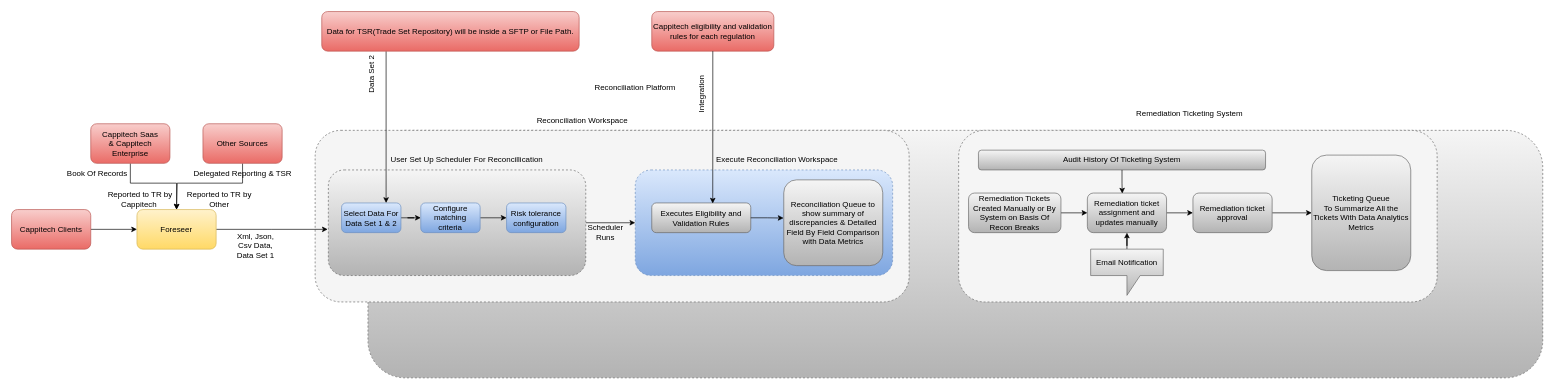
namanchopra21087/design-documents keeps this draw.io diagram as Cappitech.drawio. Above is the earlier version. Source tidied: cells renumbered, new cells numbered last; positions are measured from the earlier drawing's top-left corner, leaving out a move shared by most shapes. Both pictures are drawn from the tidied source at 66%, with x=0, y=0 at pixel (11, 11).
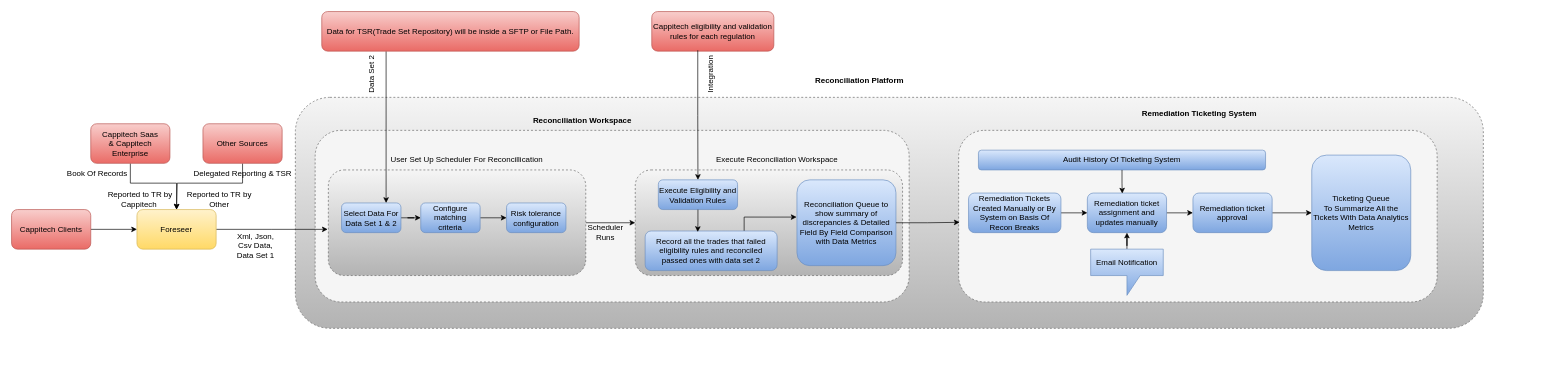
Above is the later version.

Unchanged cells that the change refers to:
```xml
<mxCell id="12" style="rounded=1;whiteSpace=wrap;html=1;dashed=1;fillColor=#f5f5f5;fontColor=#333333;strokeColor=#666666;" parent="1" vertex="1">
  <mxGeometry x="1435" y="180" width="725" height="260" as="geometry" />
</mxCell>
<mxCell id="30" value="Cappitech eligibility and validation rules for each regulation" style="rounded=1;whiteSpace=wrap;html=1;fillColor=#f8cecc;gradientColor=#ea6b66;strokeColor=#b85450;" parent="1" vertex="1">
  <mxGeometry x="970" width="185" height="60" as="geometry" />
</mxCell>
```

Diff of the diagram source:
```diff
@@
     <mxCell id="2" style="rounded=1;whiteSpace=wrap;html=1;dashed=1;fillColor=#f5f5f5;strokeColor=#666666;gradientColor=#b3b3b3;" parent="1" vertex="1">
-      <mxGeometry x="540" y="180" width="1780" height="375" as="geometry" />
+      <mxGeometry x="430" y="130" width="1800" height="350" as="geometry" />
     </mxCell>
@@
-    <mxCell id="4" value="Reconciliation Platform" style="text;html=1;align=center;verticalAlign=middle;whiteSpace=wrap;rounded=0;" parent="1" vertex="1">
-      <mxGeometry x="860" y="100" width="170" height="30" as="geometry" />
+    <mxCell id="4" value="&lt;b&gt;Reconciliation Platform&lt;/b&gt;" style="text;html=1;align=center;verticalAlign=middle;whiteSpace=wrap;rounded=0;" parent="1" vertex="1">
+      <mxGeometry x="1200" y="90" width="170" height="30" as="geometry" />
     </mxCell>
@@
-    <mxCell id="13" value="Reconciliation Workspace" style="text;html=1;align=center;verticalAlign=middle;whiteSpace=wrap;rounded=0;" parent="1" vertex="1">
+    <mxCell id="13" value="&lt;b&gt;Reconciliation Workspace&lt;/b&gt;" style="text;html=1;align=center;verticalAlign=middle;whiteSpace=wrap;rounded=0;" parent="1" vertex="1">
       <mxGeometry x="780" y="150" width="170" height="30" as="geometry" />
     </mxCell>
-    <mxCell id="14" value="Remediation Ticketing System" style="text;html=1;align=center;verticalAlign=middle;whiteSpace=wrap;rounded=0;" parent="1" vertex="1">
-      <mxGeometry x="1700" y="140" width="170" height="30" as="geometry" />
+    <mxCell id="14" value="&lt;b&gt;Remediation Ticketing System&lt;/b&gt;" style="text;html=1;align=center;verticalAlign=middle;whiteSpace=wrap;rounded=0;" parent="1" vertex="1">
+      <mxGeometry x="1700" y="140" width="200" height="30" as="geometry" />
     </mxCell>
@@
-    <mxCell id="26" style="rounded=1;whiteSpace=wrap;html=1;dashed=1;fillColor=#dae8fc;gradientColor=#7ea6e0;strokeColor=#6c8ebf;" parent="1" vertex="1">
-      <mxGeometry x="945" y="240" width="390" height="160" as="geometry" />
+    <mxCell id="26" style="rounded=1;whiteSpace=wrap;html=1;dashed=1;fillColor=#f5f5f5;gradientColor=#b3b3b3;strokeColor=#666666;" parent="1" vertex="1">
+      <mxGeometry x="945" y="240" width="405" height="160" as="geometry" />
     </mxCell>
@@
-    <mxCell id="29" value="Executes&amp;nbsp;Eligibility and Validation Rules" style="rounded=1;whiteSpace=wrap;html=1;fillColor=#f5f5f5;gradientColor=#b3b3b3;strokeColor=#666666;" parent="1" vertex="1">
-      <mxGeometry x="970" y="290" width="150" height="45" as="geometry" />
+    <mxCell id="29" value="Execute Eligibility and Validation Rules" style="rounded=1;whiteSpace=wrap;html=1;fillColor=#dae8fc;gradientColor=#7ea6e0;strokeColor=#6c8ebf;" parent="1" vertex="1">
+      <mxGeometry x="980" y="255" width="120" height="45" as="geometry" />
     </mxCell>
@@
-    <mxCell id="31" style="edgeStyle=orthogonalEdgeStyle;rounded=0;jettySize=auto;html=1;entryX=0.616;entryY=0.018;entryDx=0;entryDy=0;entryPerimeter=0;" parent="1" edge="1" source="30" target="29">
+    <mxCell id="31" style="edgeStyle=orthogonalEdgeStyle;rounded=0;jettySize=auto;html=1;entryX=0.5;entryY=0;entryDx=0;entryDy=0;exitX=0.377;exitY=0.978;exitDx=0;exitDy=0;exitPerimeter=0;" parent="1" edge="1" source="30" target="29">
       <mxGeometry relative="1" as="geometry" />
     </mxCell>
     <mxCell id="32" value="Integration" style="text;html=1;align=center;verticalAlign=middle;whiteSpace=wrap;rounded=0;rotation=-90;" parent="1" vertex="1">
-      <mxGeometry x="1015" y="110" width="60" height="30" as="geometry" />
+      <mxGeometry x="1030" y="80" width="60" height="30" as="geometry" />
     </mxCell>
@@
-    <mxCell id="34" value="Reconciliation Queue to show summary of discrepancies &amp;amp; Detailed Field By Field Comparison with Data Metrics" style="rounded=1;whiteSpace=wrap;html=1;fillColor=#f5f5f5;gradientColor=#b3b3b3;strokeColor=#666666;" parent="1" vertex="1">
-      <mxGeometry x="1170" y="255" width="150" height="130" as="geometry" />
+    <mxCell id="34" value="Reconciliation Queue to show summary of discrepancies &amp;amp; Detailed Field By Field Comparison with Data Metrics" style="rounded=1;whiteSpace=wrap;html=1;fillColor=#dae8fc;gradientColor=#7ea6e0;strokeColor=#6c8ebf;" parent="1" vertex="1">
+      <mxGeometry x="1190" y="255" width="150" height="130" as="geometry" />
     </mxCell>
-    <mxCell id="35" style="edgeStyle=orthogonalEdgeStyle;rounded=0;jettySize=auto;html=1;entryX=-0.002;entryY=0.445;entryDx=0;entryDy=0;entryPerimeter=0;" parent="1" edge="1" source="29" target="34">
-      <mxGeometry relative="1" as="geometry" />
-    </mxCell>
@@
-    <mxCell id="37" value="Remediation Tickets Created Manually or By System on Basis Of Recon Breaks" style="rounded=1;whiteSpace=wrap;html=1;fillColor=#f5f5f5;gradientColor=#b3b3b3;strokeColor=#666666;" parent="1" vertex="1">
+    <mxCell id="37" value="Remediation Tickets Created Manually or By System on Basis Of Recon Breaks" style="rounded=1;whiteSpace=wrap;html=1;fillColor=#dae8fc;gradientColor=#7ea6e0;strokeColor=#6c8ebf;" parent="1" vertex="1">
       <mxGeometry x="1450" y="275" width="140" height="60" as="geometry" />
     </mxCell>
@@
-    <mxCell id="39" value="Remediation ticket assignment and updates manually" style="rounded=1;whiteSpace=wrap;html=1;fillColor=#f5f5f5;gradientColor=#b3b3b3;strokeColor=#666666;" parent="1" vertex="1">
+    <mxCell id="39" value="Remediation ticket assignment and updates manually" style="rounded=1;whiteSpace=wrap;html=1;fillColor=#dae8fc;gradientColor=#7ea6e0;strokeColor=#6c8ebf;" parent="1" vertex="1">
       <mxGeometry x="1630" y="275" width="120" height="60" as="geometry" />
     </mxCell>
@@
-    <mxCell id="41" value="Remediation ticket approval" style="rounded=1;whiteSpace=wrap;html=1;fillColor=#f5f5f5;gradientColor=#b3b3b3;strokeColor=#666666;" parent="1" vertex="1">
+    <mxCell id="41" value="Remediation ticket approval" style="rounded=1;whiteSpace=wrap;html=1;fillColor=#dae8fc;gradientColor=#7ea6e0;strokeColor=#6c8ebf;" parent="1" vertex="1">
       <mxGeometry x="1790" y="275" width="120" height="60" as="geometry" />
     </mxCell>
-    <mxCell id="42" value="Ticketing Queue&lt;div&gt;To Summarize All the Tickets With Data Analytics Metrics&lt;/div&gt;" style="rounded=1;whiteSpace=wrap;html=1;fillColor=#f5f5f5;gradientColor=#b3b3b3;strokeColor=#666666;" parent="1" vertex="1">
+    <mxCell id="42" value="Ticketing Queue&lt;div&gt;To Summarize All the Tickets With Data Analytics Metrics&lt;/div&gt;" style="rounded=1;whiteSpace=wrap;html=1;fillColor=#dae8fc;gradientColor=#7ea6e0;strokeColor=#6c8ebf;" parent="1" vertex="1">
       <mxGeometry x="1970" y="217.5" width="150" height="175" as="geometry" />
     </mxCell>
@@
-    <mxCell id="44" value="Email Notification" style="shape=callout;whiteSpace=wrap;html=1;perimeter=calloutPerimeter;fillColor=#f5f5f5;gradientColor=#b3b3b3;strokeColor=#666666;" parent="1" vertex="1">
+    <mxCell id="44" value="Email Notification" style="shape=callout;whiteSpace=wrap;html=1;perimeter=calloutPerimeter;fillColor=#dae8fc;gradientColor=#7ea6e0;strokeColor=#6c8ebf;" parent="1" vertex="1">
       <mxGeometry x="1635" y="360" width="110" height="70" as="geometry" />
     </mxCell>
-    <mxCell id="45" value="Audit History Of Ticketing System" style="rounded=1;whiteSpace=wrap;html=1;fillColor=#f5f5f5;gradientColor=#b3b3b3;strokeColor=#666666;" parent="1" vertex="1">
+    <mxCell id="45" value="Audit History Of Ticketing System" style="rounded=1;whiteSpace=wrap;html=1;fillColor=#dae8fc;gradientColor=#7ea6e0;strokeColor=#6c8ebf;" parent="1" vertex="1">
       <mxGeometry x="1465" y="210" width="435" height="30" as="geometry" />
     </mxCell>
@@
+    <mxCell id="52" style="edgeStyle=orthogonalEdgeStyle;rounded=0;jettySize=auto;html=1;entryX=-0.004;entryY=0.434;entryDx=0;entryDy=0;exitX=0.75;exitY=0;exitDx=0;exitDy=0;entryPerimeter=0;" parent="1" edge="1" source="53" target="34">
+      <mxGeometry relative="1" as="geometry" />
+    </mxCell>
+    <mxCell id="53" value="Record all the trades that failed eligibility rules and reconciled passed ones with data set 2" style="whiteSpace=wrap;html=1;fillColor=#dae8fc;strokeColor=#6c8ebf;rounded=1;gradientColor=#7ea6e0;" parent="1" vertex="1">
+      <mxGeometry x="960" y="332.5" width="200" height="60" as="geometry" />
+    </mxCell>
+    <mxCell id="54" style="edgeStyle=orthogonalEdgeStyle;rounded=0;jettySize=auto;html=1;entryX=0.398;entryY=0.024;entryDx=0;entryDy=0;entryPerimeter=0;" parent="1" edge="1" source="29" target="53">
+      <mxGeometry relative="1" as="geometry" />
+    </mxCell>
+    <mxCell id="55" style="edgeStyle=orthogonalEdgeStyle;rounded=0;jettySize=auto;html=1;entryX=0.002;entryY=0.536;entryDx=0;entryDy=0;entryPerimeter=0;" parent="1" edge="1" source="34" target="12">
+      <mxGeometry relative="1" as="geometry" />
+    </mxCell>
```
